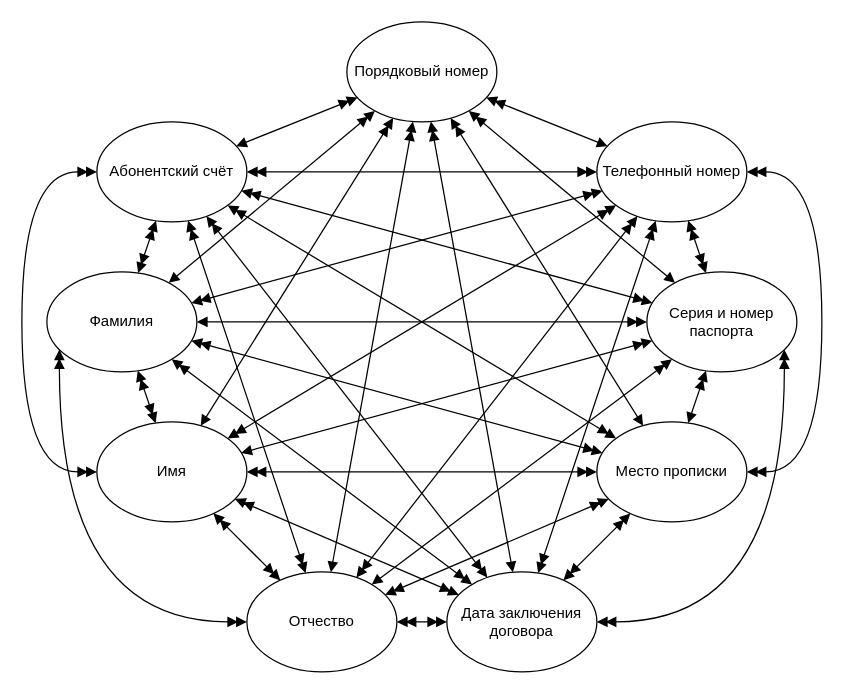
Above: coursework/graphics/contract-attributes.drawio in markov-avl/DatabaseDevelopmentTechnology (draw.io), before the change. Source tidied: cells renumbered, new cells numbered last; positions are measured from the earlier drawing's top-left corner, leaving out a move shared by most shapes. Both pictures are drawn from the tidied source at 125%, with x=0, y=0 at pixel (21, 21).
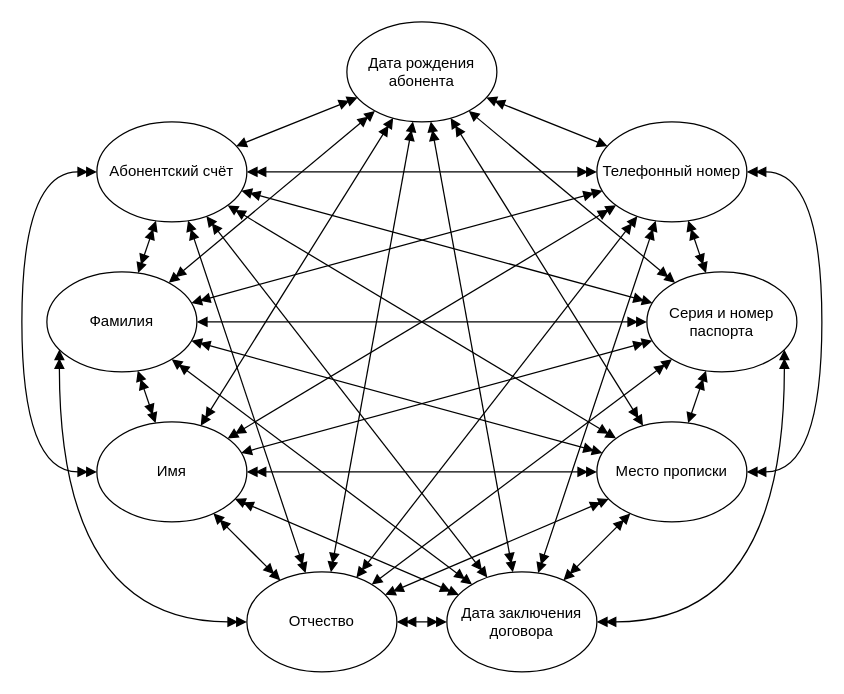
The same diagram, later.

Unchanged cells that the change refers to:
```xml
<mxCell id="2" value="Серия и номер паспорта" style="ellipse;whiteSpace=wrap;html=1;" parent="1" vertex="1">
  <mxGeometry x="500" y="200" width="120" height="80" as="geometry" />
</mxCell>
<mxCell id="3" value="Фамилия" style="ellipse;whiteSpace=wrap;html=1;" parent="1" vertex="1">
  <mxGeometry x="20" y="200" width="120" height="80" as="geometry" />
</mxCell>
<mxCell id="4" value="Имя" style="ellipse;whiteSpace=wrap;html=1;" parent="1" vertex="1">
  <mxGeometry x="60" y="320" width="120" height="80" as="geometry" />
</mxCell>
<mxCell id="5" value="Отчество" style="ellipse;whiteSpace=wrap;html=1;" parent="1" vertex="1">
  <mxGeometry x="180" y="440" width="120" height="80" as="geometry" />
</mxCell>
<mxCell id="6" value="Место прописки" style="ellipse;whiteSpace=wrap;html=1;" parent="1" vertex="1">
  <mxGeometry x="460" y="320" width="120" height="80" as="geometry" />
</mxCell>
<mxCell id="11" value="Дата заключения договора" style="ellipse;whiteSpace=wrap;html=1;" parent="1" vertex="1">
  <mxGeometry x="340" y="440" width="120" height="80" as="geometry" />
</mxCell>
```

Diff of the diagram source:
```diff
@@
-    <mxCell id="10" value="Порядковый номер" style="ellipse;whiteSpace=wrap;html=1;" parent="1" vertex="1">
+    <mxCell id="10" value="Дата рождения абонента" style="ellipse;whiteSpace=wrap;html=1;" parent="1" vertex="1">
       <mxGeometry x="260" width="120" height="80" as="geometry" />
     </mxCell>
@@
-    <mxCell id="13" style="endArrow=block;html=1;rounded=0;endFill=1;startArrow=doubleBlock;startFill=1;" parent="1" edge="1" source="10" target="3">
+    <mxCell id="13" style="endArrow=doubleBlock;html=1;rounded=0;endFill=1;startArrow=doubleBlock;startFill=1;" parent="1" edge="1" source="10" target="3">
       <mxGeometry relative="1" as="geometry" />
     </mxCell>
-    <mxCell id="14" style="endArrow=block;html=1;rounded=0;endFill=1;startArrow=doubleBlock;startFill=1;" parent="1" edge="1" source="10" target="4">
+    <mxCell id="14" style="endArrow=doubleBlock;html=1;rounded=0;endFill=1;startArrow=doubleBlock;startFill=1;" parent="1" edge="1" source="10" target="4">
       <mxGeometry relative="1" as="geometry" />
     </mxCell>
-    <mxCell id="15" style="endArrow=block;html=1;rounded=0;endFill=1;startArrow=doubleBlock;startFill=1;" parent="1" edge="1" source="10" target="5">
+    <mxCell id="15" style="endArrow=doubleBlock;html=1;rounded=0;endFill=1;startArrow=doubleBlock;startFill=1;" parent="1" edge="1" source="10" target="5">
       <mxGeometry relative="1" as="geometry" />
     </mxCell>
-    <mxCell id="16" style="endArrow=block;html=1;rounded=0;endFill=1;startArrow=doubleBlock;startFill=1;" parent="1" edge="1" source="10" target="11">
+    <mxCell id="16" style="endArrow=doubleBlock;html=1;rounded=0;endFill=1;startArrow=doubleBlock;startFill=1;" parent="1" edge="1" source="10" target="11">
       <mxGeometry relative="1" as="geometry" />
     </mxCell>
-    <mxCell id="17" style="endArrow=block;html=1;rounded=0;endFill=1;startArrow=doubleBlock;startFill=1;" parent="1" edge="1" source="10" target="6">
+    <mxCell id="17" style="endArrow=doubleBlock;html=1;rounded=0;endFill=1;startArrow=doubleBlock;startFill=1;" parent="1" edge="1" source="10" target="6">
       <mxGeometry relative="1" as="geometry" />
     </mxCell>
-    <mxCell id="18" style="endArrow=block;html=1;rounded=0;endFill=1;startArrow=doubleBlock;startFill=1;" parent="1" edge="1" source="10" target="2">
+    <mxCell id="18" style="endArrow=doubleBlock;html=1;rounded=0;endFill=1;startArrow=block;startFill=1;" parent="1" edge="1" source="10" target="2">
       <mxGeometry relative="1" as="geometry" />
     </mxCell>
```
